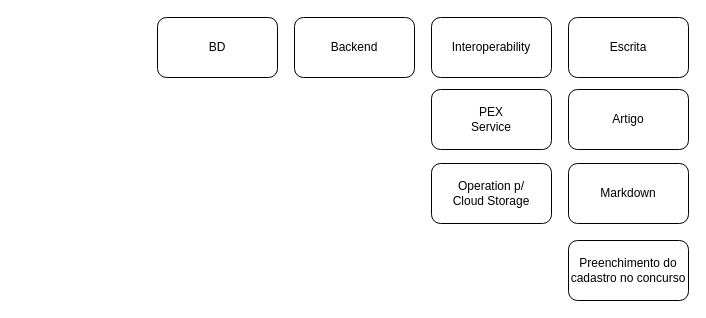
This is page "Plano" (5 of 6) of docs/release-manager.drawio from release-manager-2023/concurso-intersystems-2023, a draw.io file, before an edit. Source tidied: cells renumbered, new cells numbered last; positions are measured from the earlier drawing's top-left corner, leaving out a move shared by most shapes. Both pictures are drawn from the tidied source at 100%, with x=0, y=0 at pixel (157, 17).
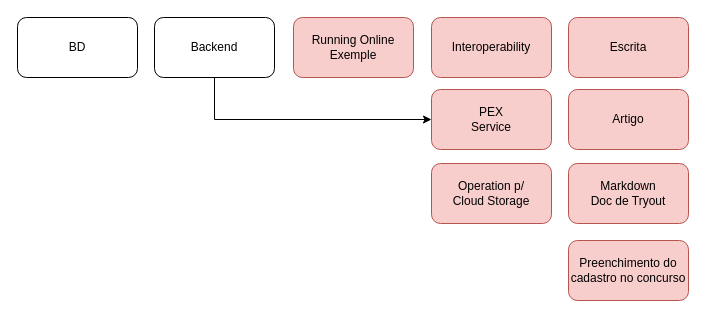
Above is the later version.

What changed in the source:
```diff
@@
 <mxGraphModel>
   <root>
     <mxCell id="0" />
     <mxCell id="1" parent="0" />
+    <mxCell id="11" style="edgeStyle=orthogonalEdgeStyle;rounded=0;jettySize=auto;html=1;entryX=0;entryY=0.5;entryDx=0;entryDy=0;exitX=0.5;exitY=1;exitDx=0;exitDy=0;" parent="1" edge="1" source="2" target="6">
+      <mxGeometry relative="1" as="geometry" />
+    </mxCell>
     <mxCell id="2" value="Backend" style="rounded=1;whiteSpace=wrap;html=1;" parent="1" vertex="1">
-      <mxGeometry x="137" width="120" height="60" as="geometry" />
+      <mxGeometry x="-3" width="120" height="60" as="geometry" />
     </mxCell>
     <mxCell id="3" value="BD" style="rounded=1;whiteSpace=wrap;html=1;" parent="1" vertex="1">
-      <mxGeometry width="120" height="60" as="geometry" />
+      <mxGeometry x="-140" width="120" height="60" as="geometry" />
     </mxCell>
-    <mxCell id="4" value="Interoperability" style="rounded=1;whiteSpace=wrap;html=1;" parent="1" vertex="1">
+    <mxCell id="4" value="Interoperability" style="rounded=1;whiteSpace=wrap;html=1;fillColor=#f8cecc;strokeColor=#b85450;" parent="1" vertex="1">
       <mxGeometry x="274" width="120" height="60" as="geometry" />
     </mxCell>
-    <mxCell id="5" value="Escrita" style="rounded=1;whiteSpace=wrap;html=1;" parent="1" vertex="1">
+    <mxCell id="5" value="Escrita" style="rounded=1;whiteSpace=wrap;html=1;fillColor=#f8cecc;strokeColor=#b85450;" parent="1" vertex="1">
       <mxGeometry x="411" width="120" height="60" as="geometry" />
     </mxCell>
-    <mxCell id="6" value="PEX&lt;br&gt;Service" style="rounded=1;whiteSpace=wrap;html=1;" parent="1" vertex="1">
+    <mxCell id="6" value="PEX&lt;br&gt;Service" style="rounded=1;whiteSpace=wrap;html=1;fillColor=#f8cecc;strokeColor=#b85450;" parent="1" vertex="1">
       <mxGeometry x="274" y="72" width="120" height="60" as="geometry" />
     </mxCell>
-    <mxCell id="7" value="Operation p/&lt;br&gt;Cloud Storage" style="rounded=1;whiteSpace=wrap;html=1;" parent="1" vertex="1">
+    <mxCell id="7" value="Operation p/&lt;br&gt;Cloud Storage" style="rounded=1;whiteSpace=wrap;html=1;fillColor=#f8cecc;strokeColor=#b85450;" parent="1" vertex="1">
       <mxGeometry x="274" y="146" width="120" height="60" as="geometry" />
     </mxCell>
-    <mxCell id="8" value="Artigo" style="rounded=1;whiteSpace=wrap;html=1;" parent="1" vertex="1">
+    <mxCell id="8" value="Artigo" style="rounded=1;whiteSpace=wrap;html=1;fillColor=#f8cecc;strokeColor=#b85450;" parent="1" vertex="1">
       <mxGeometry x="411" y="72" width="120" height="60" as="geometry" />
     </mxCell>
-    <mxCell id="9" value="Markdown" style="rounded=1;whiteSpace=wrap;html=1;" parent="1" vertex="1">
+    <mxCell id="9" value="Markdown&lt;br&gt;Doc de Tryout" style="rounded=1;whiteSpace=wrap;html=1;fillColor=#f8cecc;strokeColor=#b85450;" parent="1" vertex="1">
       <mxGeometry x="411" y="146" width="120" height="60" as="geometry" />
     </mxCell>
-    <mxCell id="10" value="Preenchimento do cadastro no concurso" style="rounded=1;whiteSpace=wrap;html=1;" parent="1" vertex="1">
+    <mxCell id="10" value="Preenchimento do cadastro no concurso" style="rounded=1;whiteSpace=wrap;html=1;fillColor=#f8cecc;strokeColor=#b85450;" parent="1" vertex="1">
       <mxGeometry x="411" y="223" width="120" height="60" as="geometry" />
     </mxCell>
+    <mxCell id="12" value="Running Online&lt;br&gt;Exemple" style="rounded=1;whiteSpace=wrap;html=1;fillColor=#f8cecc;strokeColor=#b85450;" parent="1" vertex="1">
+      <mxGeometry x="136" width="120" height="60" as="geometry" />
+    </mxCell>
   </root>
 </mxGraphModel>
```
